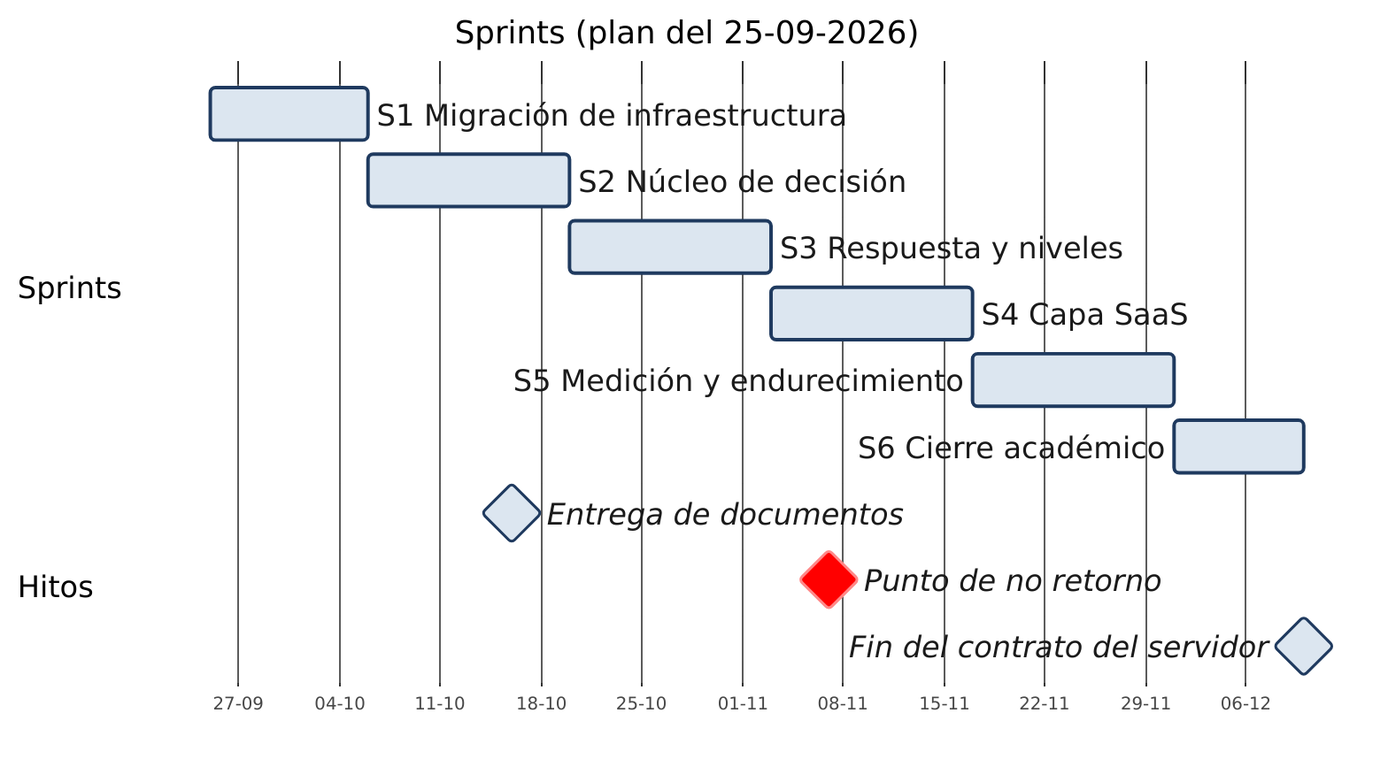
This is docs/diagramas/04_cronograma.png from soaria186/kronos-ai, a Mermaid export, as it was before one commit. Its source is kept beside it as docs/diagramas/04_cronograma.mmd.
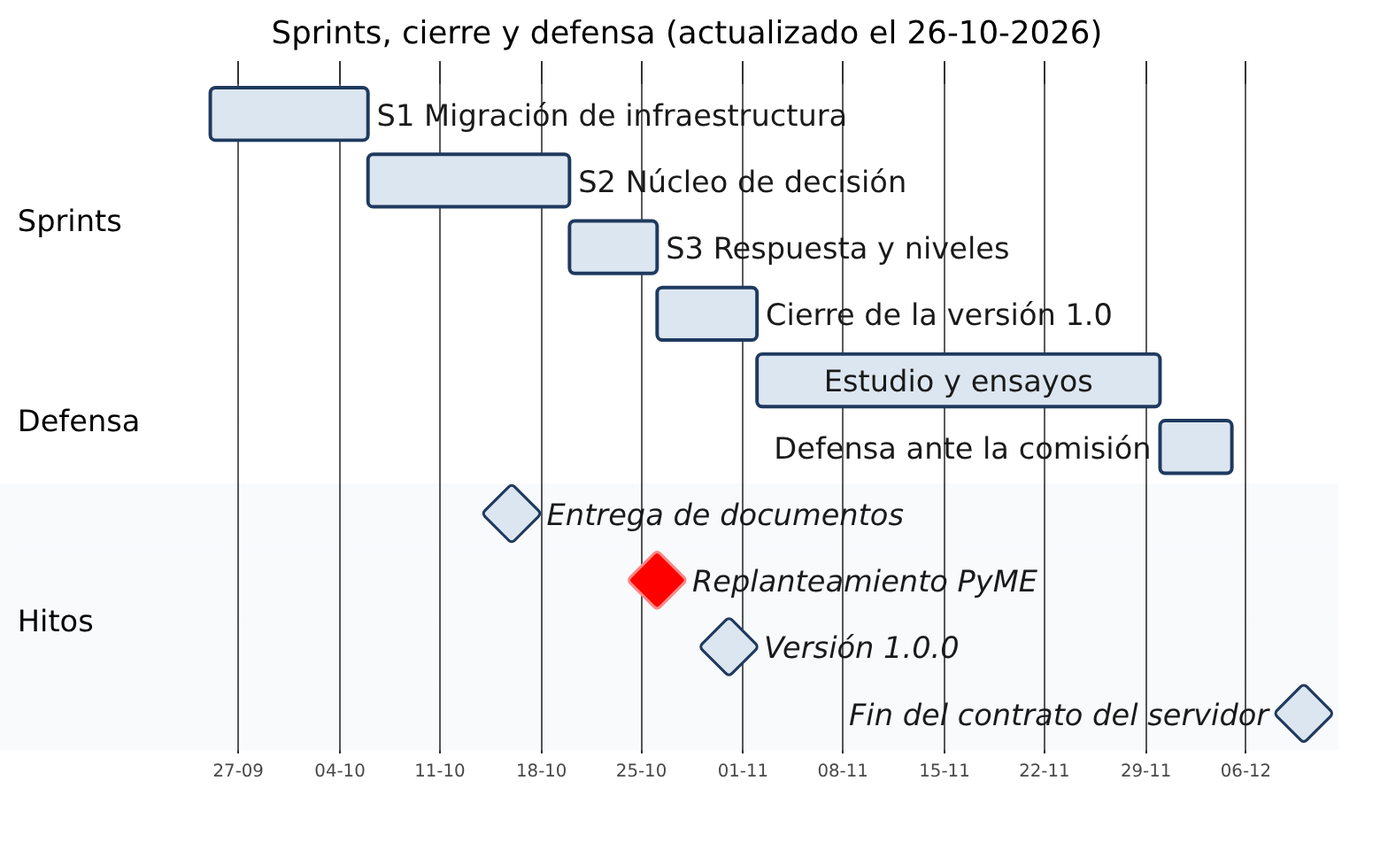
The same file after the commit.

Diff of the diagram source:
```diff
@@ -11,18 +11,20 @@
     fontSize: 17px
 ---
 gantt
-    title Sprints (plan del 25-09-2026)
+    title Sprints, cierre y defensa (actualizado el 26-10-2026)
     dateFormat YYYY-MM-DD
     todayMarker off
     axisFormat %d-%m
     section Sprints
     S1 Migración de infraestructura   :s1, 2026-09-25, 2026-10-06
     S2 Núcleo de decisión             :s2, 2026-10-06, 2026-10-20
-    S3 Respuesta y niveles            :s3, 2026-10-20, 2026-11-03
-    S4 Capa SaaS                      :s4, 2026-11-03, 2026-11-17
-    S5 Medición y endurecimiento      :s5, 2026-11-17, 2026-12-01
-    S6 Cierre académico               :s6, 2026-12-01, 2026-12-10
+    S3 Respuesta y niveles            :s3, 2026-10-20, 2026-10-26
+    Cierre de la versión 1.0          :c1, 2026-10-26, 2026-11-02
+    section Defensa
+    Estudio y ensayos                 :e1, 2026-11-02, 2026-11-30
+    Defensa ante la comisión          :d1, 2026-11-30, 2026-12-05
     section Hitos
     Entrega de documentos             :milestone, m1, 2026-10-16, 0d
-    Punto de no retorno               :crit, milestone, m2, 2026-11-07, 0d
-    Fin del contrato del servidor     :milestone, m3, 2026-12-10, 0d
+    Replanteamiento PyME              :crit, milestone, m2, 2026-10-26, 0d
+    Versión 1.0.0                     :milestone, m3, 2026-10-31, 0d
+    Fin del contrato del servidor     :milestone, m4, 2026-12-10, 0d
```
